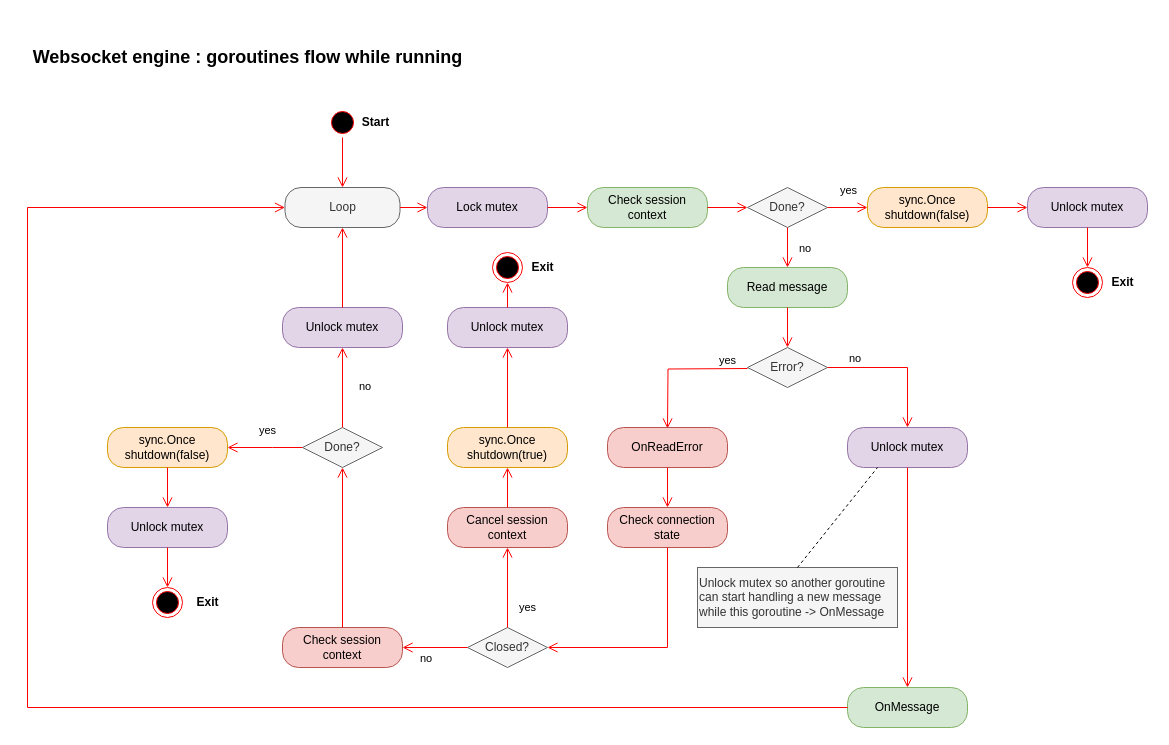
This is page "runEngine" (4 of 7) of documentation/schemas/wscontainer.drawio from gbdevw/gowse, a draw.io file, before an edit. Source tidied: cells renumbered, new cells numbered last; positions are measured from the earlier drawing's top-left corner, leaving out a move shared by most shapes. Both pictures are drawn from the tidied source at 100%, with x=0, y=0 at pixel (22, 37).
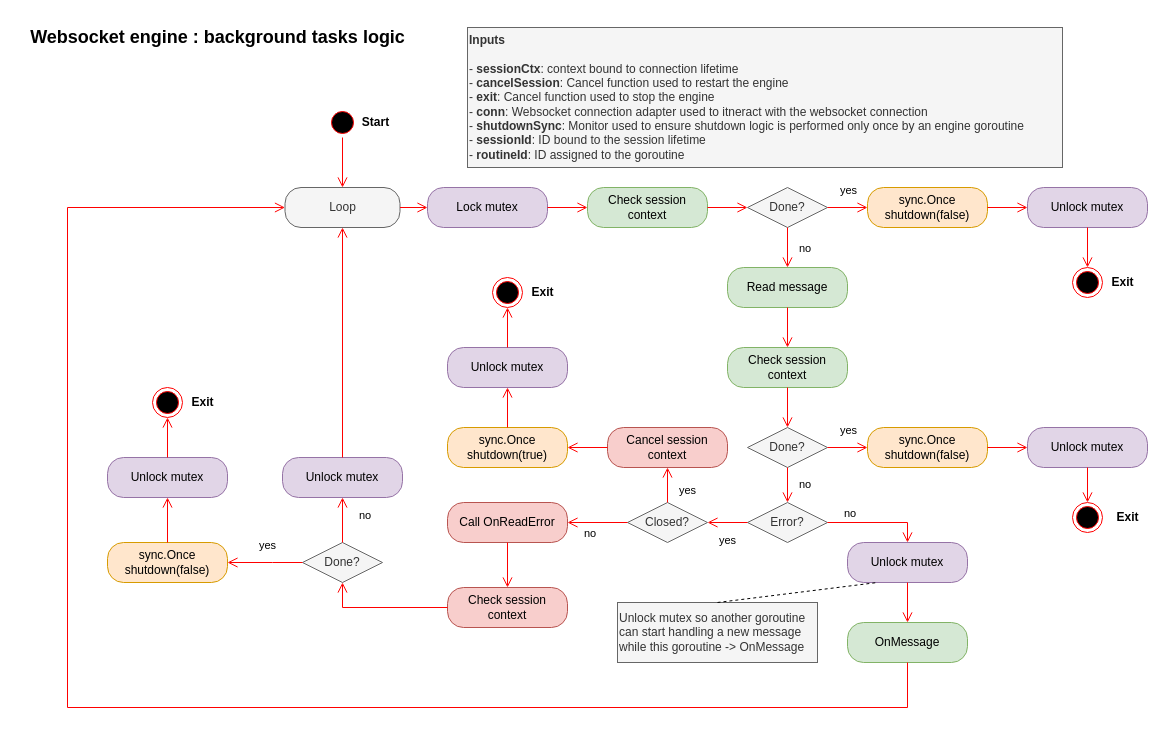
Above is the later version.

Commit message (it also covers changes not shown here):
Doc. about engine lifecycle OK

The change refers to these unchanged cells:
```xml
<mxCell id="4" value="Loop" style="rounded=1;whiteSpace=wrap;html=1;arcSize=40;fillColor=#f5f5f5;strokeColor=#666666;fontColor=#333333;" parent="1" vertex="1">
  <mxGeometry x="262.5" y="150" width="115" height="40" as="geometry" />
</mxCell>
<mxCell id="11" value="Read message" style="rounded=1;whiteSpace=wrap;html=1;arcSize=40;fillColor=#d5e8d4;strokeColor=#82b366;" parent="1" vertex="1">
  <mxGeometry x="705" y="230" width="120" height="40" as="geometry" />
</mxCell>
<mxCell id="34" value="sync.Once&lt;br&gt;shutdown(true)" style="rounded=1;whiteSpace=wrap;html=1;arcSize=40;fillColor=#ffe6cc;strokeColor=#d79b00;" parent="1" vertex="1">
  <mxGeometry x="425" y="390" width="120" height="40" as="geometry" />
</mxCell>
```

Change to the diagram source:
```diff
@@
-    <mxCell id="12" style="edgeStyle=orthogonalEdgeStyle;html=1;verticalAlign=bottom;endArrow=open;endSize=8;strokeColor=#ff0000;rounded=0;entryX=0.5;entryY=0;entryDx=0;entryDy=0;" parent="1" edge="1" source="11" target="13">
+    <mxCell id="12" style="edgeStyle=orthogonalEdgeStyle;html=1;verticalAlign=bottom;endArrow=open;endSize=8;strokeColor=#ff0000;rounded=0;entryX=0.5;entryY=0;entryDx=0;entryDy=0;" parent="1" edge="1" source="11" target="61">
       <mxGeometry relative="1" as="geometry" />
     </mxCell>
     <mxCell id="13" value="Error?" style="rhombus;whiteSpace=wrap;html=1;fillColor=#f5f5f5;strokeColor=#666666;fontColor=#333333;" parent="1" vertex="1">
-      <mxGeometry x="725" y="310" width="80" height="40" as="geometry" />
+      <mxGeometry x="725" y="465" width="80" height="40" as="geometry" />
     </mxCell>
@@
-    <mxCell id="15" value="yes" style="edgeStyle=orthogonalEdgeStyle;html=1;align=left;verticalAlign=top;endArrow=open;endSize=8;strokeColor=#ff0000;rounded=0;entryX=0.5;entryY=0;entryDx=0;entryDy=0;" parent="1" edge="1">
-      <mxGeometry x="-0.57" y="-21" relative="1" as="geometry">
-        <mxPoint x="725" y="331" as="sourcePoint" />
-        <mxPoint x="645" y="391" as="targetPoint" />
-      </mxGeometry>
+    <mxCell id="15" value="yes" style="edgeStyle=orthogonalEdgeStyle;html=1;align=left;verticalAlign=top;endArrow=open;endSize=8;strokeColor=#ff0000;rounded=0;entryX=1;entryY=0.5;entryDx=0;entryDy=0;exitX=0;exitY=0.5;exitDx=0;exitDy=0;" parent="1" edge="1" source="13" target="26">
+      <mxGeometry x="0.5" y="5" relative="1" as="geometry" />
     </mxCell>
     <mxCell id="16" value="Unlock mutex" style="rounded=1;whiteSpace=wrap;html=1;arcSize=40;fillColor=#e1d5e7;strokeColor=#9673a6;" parent="1" vertex="1">
-      <mxGeometry x="825" y="390" width="120" height="40" as="geometry" />
+      <mxGeometry x="825" y="505" width="120" height="40" as="geometry" />
     </mxCell>
@@
     <mxCell id="20" value="OnMessage" style="rounded=1;whiteSpace=wrap;html=1;arcSize=40;fillColor=#d5e8d4;strokeColor=#82b366;" parent="1" vertex="1">
-      <mxGeometry x="825" y="650" width="120" height="40" as="geometry" />
+      <mxGeometry x="825" y="585" width="120" height="40" as="geometry" />
     </mxCell>
     <mxCell id="21" style="edgeStyle=orthogonalEdgeStyle;html=1;verticalAlign=bottom;endArrow=open;endSize=8;strokeColor=#ff0000;rounded=0;entryX=0;entryY=0.5;entryDx=0;entryDy=0;" parent="1" edge="1" source="20" target="4">
       <mxGeometry relative="1" as="geometry">
         <Array as="points">
-          <mxPoint x="5" y="670" />
-          <mxPoint x="5" y="170" />
+          <mxPoint x="885" y="670" />
+          <mxPoint x="45" y="670" />
+          <mxPoint x="45" y="170" />
         </Array>
       </mxGeometry>
     </mxCell>
-    <mxCell id="22" value="OnReadError" style="rounded=1;whiteSpace=wrap;html=1;arcSize=40;fillColor=#f8cecc;strokeColor=#b85450;" parent="1" vertex="1">
-      <mxGeometry x="585" y="390" width="120" height="40" as="geometry" />
+    <mxCell id="22" value="Call OnReadError" style="rounded=1;whiteSpace=wrap;html=1;arcSize=40;fillColor=#f8cecc;strokeColor=#b85450;" parent="1" vertex="1">
+      <mxGeometry x="425" y="465" width="120" height="40" as="geometry" />
     </mxCell>
-    <mxCell id="23" style="edgeStyle=orthogonalEdgeStyle;html=1;verticalAlign=bottom;endArrow=open;endSize=8;strokeColor=#ff0000;rounded=0;entryX=0.5;entryY=0;entryDx=0;entryDy=0;" parent="1" edge="1" source="22" target="24">
+    <mxCell id="23" style="edgeStyle=orthogonalEdgeStyle;html=1;verticalAlign=bottom;endArrow=open;endSize=8;strokeColor=#ff0000;rounded=0;" parent="1" edge="1" source="22" target="29">
       <mxGeometry relative="1" as="geometry" />
     </mxCell>
-    <mxCell id="24" value="Check connection state" style="rounded=1;whiteSpace=wrap;html=1;arcSize=40;fillColor=#f8cecc;strokeColor=#b85450;" parent="1" vertex="1">
-      <mxGeometry x="585" y="470" width="120" height="40" as="geometry" />
-    </mxCell>
-    <mxCell id="25" style="edgeStyle=orthogonalEdgeStyle;html=1;verticalAlign=bottom;endArrow=open;endSize=8;strokeColor=#ff0000;rounded=0;entryX=1;entryY=0.5;entryDx=0;entryDy=0;exitX=0.5;exitY=1;exitDx=0;exitDy=0;" parent="1" edge="1" source="24" target="26">
-      <mxGeometry relative="1" as="geometry" />
-    </mxCell>
     <mxCell id="26" value="Closed?" style="rhombus;whiteSpace=wrap;html=1;fillColor=#f5f5f5;strokeColor=#666666;fontColor=#333333;" parent="1" vertex="1">
-      <mxGeometry x="445" y="590" width="80" height="40" as="geometry" />
+      <mxGeometry x="605" y="465" width="80" height="40" as="geometry" />
     </mxCell>
-    <mxCell id="27" value="no" style="edgeStyle=orthogonalEdgeStyle;html=1;align=left;verticalAlign=bottom;endArrow=open;endSize=8;strokeColor=#ff0000;rounded=0;entryX=1;entryY=0.5;entryDx=0;entryDy=0;" parent="1" edge="1" source="26" target="29">
+    <mxCell id="27" value="no" style="edgeStyle=orthogonalEdgeStyle;html=1;align=left;verticalAlign=bottom;endArrow=open;endSize=8;strokeColor=#ff0000;rounded=0;" parent="1" edge="1" source="26" target="22">
       <mxGeometry x="0.5" y="20" relative="1" as="geometry" />
     </mxCell>
     <mxCell id="28" value="yes" style="edgeStyle=orthogonalEdgeStyle;html=1;align=left;verticalAlign=top;endArrow=open;endSize=8;strokeColor=#ff0000;rounded=0;entryX=0.5;entryY=1;entryDx=0;entryDy=0;" parent="1" edge="1" source="26" target="49">
-      <mxGeometry x="-0.17" y="-10" relative="1" as="geometry" />
+      <mxGeometry x="0.43" y="-10" relative="1" as="geometry" />
     </mxCell>
     <mxCell id="29" value="Check session context" style="rounded=1;whiteSpace=wrap;html=1;arcSize=40;fillColor=#f8cecc;strokeColor=#b85450;" parent="1" vertex="1">
-      <mxGeometry x="260" y="590" width="120" height="40" as="geometry" />
+      <mxGeometry x="425" y="550" width="120" height="40" as="geometry" />
     </mxCell>
@@
     <mxCell id="31" value="sync.Once&lt;br&gt;shutdown(false)" style="rounded=1;whiteSpace=wrap;html=1;arcSize=40;fillColor=#ffe6cc;strokeColor=#d79b00;" parent="1" vertex="1">
-      <mxGeometry x="85" y="390" width="120" height="40" as="geometry" />
+      <mxGeometry x="85" y="505" width="120" height="40" as="geometry" />
     </mxCell>
-    <mxCell id="32" style="edgeStyle=orthogonalEdgeStyle;html=1;verticalAlign=bottom;endArrow=open;endSize=8;strokeColor=#ff0000;rounded=0;entryX=0.5;entryY=0;entryDx=0;entryDy=0;" parent="1" edge="1" source="31" target="39">
+    <mxCell id="32" style="edgeStyle=orthogonalEdgeStyle;html=1;verticalAlign=bottom;endArrow=open;endSize=8;strokeColor=#ff0000;rounded=0;entryX=0.5;entryY=1;entryDx=0;entryDy=0;" parent="1" edge="1" source="31" target="39">
       <mxGeometry relative="1" as="geometry" />
     </mxCell>
     <mxCell id="33" style="ellipse;html=1;shape=endState;fillColor=#000000;strokeColor=#ff0000;" parent="1" vertex="1">
-      <mxGeometry x="130" y="550" width="30" height="30" as="geometry" />
+      <mxGeometry x="130" y="350" width="30" height="30" as="geometry" />
     </mxCell>
@@
     <mxCell id="36" style="ellipse;html=1;shape=endState;fillColor=#000000;strokeColor=#ff0000;" parent="1" vertex="1">
-      <mxGeometry x="470" y="215" width="30" height="30" as="geometry" />
+      <mxGeometry x="470" y="240" width="30" height="30" as="geometry" />
     </mxCell>
     <mxCell id="37" value="Unlock mutex" style="rounded=1;whiteSpace=wrap;html=1;arcSize=40;fillColor=#e1d5e7;strokeColor=#9673a6;" parent="1" vertex="1">
-      <mxGeometry x="425" y="270" width="120" height="40" as="geometry" />
+      <mxGeometry x="425" y="310" width="120" height="40" as="geometry" />
     </mxCell>
@@
     <mxCell id="39" value="Unlock mutex" style="rounded=1;whiteSpace=wrap;html=1;arcSize=40;fillColor=#e1d5e7;strokeColor=#9673a6;" parent="1" vertex="1">
-      <mxGeometry x="85" y="470" width="120" height="40" as="geometry" />
+      <mxGeometry x="85" y="420" width="120" height="40" as="geometry" />
     </mxCell>
-    <mxCell id="40" style="edgeStyle=orthogonalEdgeStyle;html=1;verticalAlign=bottom;endArrow=open;endSize=8;strokeColor=#ff0000;rounded=0;entryX=0.5;entryY=0;entryDx=0;entryDy=0;" parent="1" edge="1" source="39" target="33">
+    <mxCell id="40" style="edgeStyle=orthogonalEdgeStyle;html=1;verticalAlign=bottom;endArrow=open;endSize=8;strokeColor=#ff0000;rounded=0;entryX=0.5;entryY=1;entryDx=0;entryDy=0;" parent="1" edge="1" source="39" target="33">
       <mxGeometry relative="1" as="geometry" />
     </mxCell>
     <mxCell id="41" value="Done?" style="rhombus;whiteSpace=wrap;html=1;fillColor=#f5f5f5;strokeColor=#666666;fontColor=#333333;" parent="1" vertex="1">
-      <mxGeometry x="280" y="390" width="80" height="40" as="geometry" />
+      <mxGeometry x="280" y="505" width="80" height="40" as="geometry" />
     </mxCell>
@@
     <mxCell id="43" value="yes" style="edgeStyle=orthogonalEdgeStyle;html=1;align=left;verticalAlign=top;endArrow=open;endSize=8;strokeColor=#ff0000;rounded=0;entryX=1;entryY=0.5;entryDx=0;entryDy=0;" parent="1" edge="1" source="41" target="31">
       <mxGeometry x="0.2" y="-30" relative="1" as="geometry">
         <Array as="points">
-          <mxPoint x="250" y="410" />
+          <mxPoint x="250" y="525" />
         </Array>
       </mxGeometry>
     </mxCell>
@@
     <mxCell id="49" value="Cancel session context" style="rounded=1;whiteSpace=wrap;html=1;arcSize=40;fillColor=#f8cecc;strokeColor=#b85450;" parent="1" vertex="1">
-      <mxGeometry x="425" y="470" width="120" height="40" as="geometry" />
+      <mxGeometry x="585" y="390" width="120" height="40" as="geometry" />
     </mxCell>
-    <mxCell id="50" style="edgeStyle=orthogonalEdgeStyle;html=1;verticalAlign=bottom;endArrow=open;endSize=8;strokeColor=#ff0000;rounded=0;entryX=0.5;entryY=1;entryDx=0;entryDy=0;" parent="1" edge="1" source="49" target="34">
+    <mxCell id="50" style="edgeStyle=orthogonalEdgeStyle;html=1;verticalAlign=bottom;endArrow=open;endSize=8;strokeColor=#ff0000;rounded=0;entryX=1;entryY=0.5;entryDx=0;entryDy=0;" parent="1" edge="1" source="49" target="34">
       <mxGeometry relative="1" as="geometry" />
     </mxCell>
     <mxCell id="51" value="Exit" style="text;html=1;align=center;verticalAlign=middle;strokeColor=none;fillColor=none;fontStyle=1;" parent="1" vertex="1">
-      <mxGeometry x="495" y="215" width="50" height="30" as="geometry" />
+      <mxGeometry x="495" y="240" width="50" height="30" as="geometry" />
     </mxCell>
@@
     <mxCell id="53" value="Unlock mutex" style="rounded=1;whiteSpace=wrap;html=1;arcSize=40;fillColor=#e1d5e7;strokeColor=#9673a6;" parent="1" vertex="1">
-      <mxGeometry x="260" y="270" width="120" height="40" as="geometry" />
+      <mxGeometry x="260" y="420" width="120" height="40" as="geometry" />
     </mxCell>
@@
     <mxCell id="55" value="Exit" style="text;html=1;align=center;verticalAlign=middle;strokeColor=none;fillColor=none;fontStyle=1;" parent="1" vertex="1">
-      <mxGeometry x="160" y="550" width="50" height="30" as="geometry" />
+      <mxGeometry x="155" y="350" width="50" height="30" as="geometry" />
     </mxCell>
@@
-    <mxCell id="57" value="&lt;b&gt;&lt;font style=&quot;font-size: 18px;&quot;&gt;Websocket engine : goroutines flow while running&lt;/font&gt;&lt;/b&gt;" style="text;html=1;align=center;verticalAlign=middle;strokeColor=none;fillColor=none;" parent="1" vertex="1">
-      <mxGeometry width="450" height="40" as="geometry" />
+    <mxCell id="57" value="&lt;b&gt;&lt;font style=&quot;font-size: 18px;&quot;&gt;Websocket engine : background tasks logic&lt;/font&gt;&lt;/b&gt;" style="text;html=1;align=center;verticalAlign=middle;strokeColor=none;fillColor=none;" parent="1" vertex="1">
+      <mxGeometry x="-5" y="-20" width="400" height="40" as="geometry" />
     </mxCell>
     <mxCell id="58" value="Unlock mutex so another goroutine can start handling a new message while this goroutine -&amp;gt; OnMessage" style="rounded=0;whiteSpace=wrap;html=1;align=left;fillColor=#f5f5f5;fontColor=#333333;strokeColor=#666666;" parent="1" vertex="1">
-      <mxGeometry x="675" y="530" width="200" height="60" as="geometry" />
+      <mxGeometry x="595" y="565" width="200" height="60" as="geometry" />
     </mxCell>
@@
+    <mxCell id="60" value="&lt;b&gt;Inputs&lt;br&gt;&lt;/b&gt;&lt;br&gt;- &lt;b&gt;sessionCtx&lt;/b&gt;: context bound to connection lifetime&lt;br&gt;- &lt;b&gt;cancelSession&lt;/b&gt;: Cancel function used to restart the engine&lt;br&gt;- &lt;b&gt;exit&lt;/b&gt;: Cancel function used to stop the engine&lt;br&gt;- &lt;b&gt;conn&lt;/b&gt;: Websocket connection adapter used to itneract with the websocket connection&lt;br&gt;- &lt;b&gt;shutdownSync&lt;/b&gt;: Monitor used to ensure shutdown logic is performed only once by an engine goroutine&lt;br&gt;- &lt;b&gt;sessionId&lt;/b&gt;: ID bound to the session lifetime&lt;br&gt;- &lt;b&gt;routineId&lt;/b&gt;: ID assigned to the goroutine" style="rounded=0;whiteSpace=wrap;html=1;align=left;fillColor=#f5f5f5;fontColor=#333333;strokeColor=#666666;" parent="1" vertex="1">
+      <mxGeometry x="445" y="-10" width="595" height="140" as="geometry" />
+    </mxCell>
+    <mxCell id="61" value="Check session context" style="rounded=1;whiteSpace=wrap;html=1;arcSize=40;fillColor=#d5e8d4;strokeColor=#82b366;" parent="1" vertex="1">
+      <mxGeometry x="705" y="310" width="120" height="40" as="geometry" />
+    </mxCell>
+    <mxCell id="62" style="edgeStyle=orthogonalEdgeStyle;html=1;verticalAlign=bottom;endArrow=open;endSize=8;strokeColor=#ff0000;rounded=0;entryX=0.5;entryY=0;entryDx=0;entryDy=0;" parent="1" edge="1" source="61" target="63">
+      <mxGeometry relative="1" as="geometry" />
+    </mxCell>
+    <mxCell id="63" value="Done?" style="rhombus;whiteSpace=wrap;html=1;fillColor=#f5f5f5;strokeColor=#666666;fontColor=#333333;" parent="1" vertex="1">
+      <mxGeometry x="725" y="390" width="80" height="40" as="geometry" />
+    </mxCell>
+    <mxCell id="64" value="yes" style="edgeStyle=orthogonalEdgeStyle;html=1;align=left;verticalAlign=top;endArrow=open;endSize=8;strokeColor=#ff0000;rounded=0;entryX=0;entryY=0.5;entryDx=0;entryDy=0;" parent="1" edge="1" source="63" target="66">
+      <mxGeometry x="-0.45" y="30" relative="1" as="geometry" />
+    </mxCell>
+    <mxCell id="65" value="Unlock mutex" style="rounded=1;whiteSpace=wrap;html=1;arcSize=40;fillColor=#e1d5e7;strokeColor=#9673a6;" parent="1" vertex="1">
+      <mxGeometry x="1005" y="390" width="120" height="40" as="geometry" />
+    </mxCell>
+    <mxCell id="66" value="sync.Once shutdown(false)" style="rounded=1;whiteSpace=wrap;html=1;arcSize=40;fillColor=#ffe6cc;strokeColor=#d79b00;" parent="1" vertex="1">
+      <mxGeometry x="845" y="390" width="120" height="40" as="geometry" />
+    </mxCell>
+    <mxCell id="67" style="edgeStyle=orthogonalEdgeStyle;html=1;verticalAlign=bottom;endArrow=open;endSize=8;strokeColor=#ff0000;rounded=0;entryX=0;entryY=0.5;entryDx=0;entryDy=0;" parent="1" edge="1" source="66" target="65">
+      <mxGeometry relative="1" as="geometry" />
+    </mxCell>
+    <mxCell id="68" style="ellipse;html=1;shape=endState;fillColor=#000000;strokeColor=#ff0000;" parent="1" vertex="1">
+      <mxGeometry x="1050" y="465" width="30" height="30" as="geometry" />
+    </mxCell>
+    <mxCell id="69" value="Exit" style="text;html=1;align=center;verticalAlign=middle;strokeColor=none;fillColor=none;fontStyle=1;" parent="1" vertex="1">
+      <mxGeometry x="1080" y="465" width="50" height="30" as="geometry" />
+    </mxCell>
+    <mxCell id="70" style="edgeStyle=orthogonalEdgeStyle;html=1;verticalAlign=bottom;endArrow=open;endSize=8;strokeColor=#ff0000;rounded=0;entryX=0.5;entryY=0;entryDx=0;entryDy=0;exitX=0.5;exitY=1;exitDx=0;exitDy=0;" parent="1" edge="1" source="65" target="68">
+      <mxGeometry relative="1" as="geometry" />
+    </mxCell>
+    <mxCell id="71" value="no" style="edgeStyle=orthogonalEdgeStyle;html=1;align=left;verticalAlign=bottom;endArrow=open;endSize=8;strokeColor=#ff0000;rounded=0;entryX=0.5;entryY=0;entryDx=0;entryDy=0;exitX=0.5;exitY=1;exitDx=0;exitDy=0;" parent="1" edge="1" source="63" target="13">
+      <mxGeometry x="0.5" y="10" relative="1" as="geometry" />
+    </mxCell>
```
